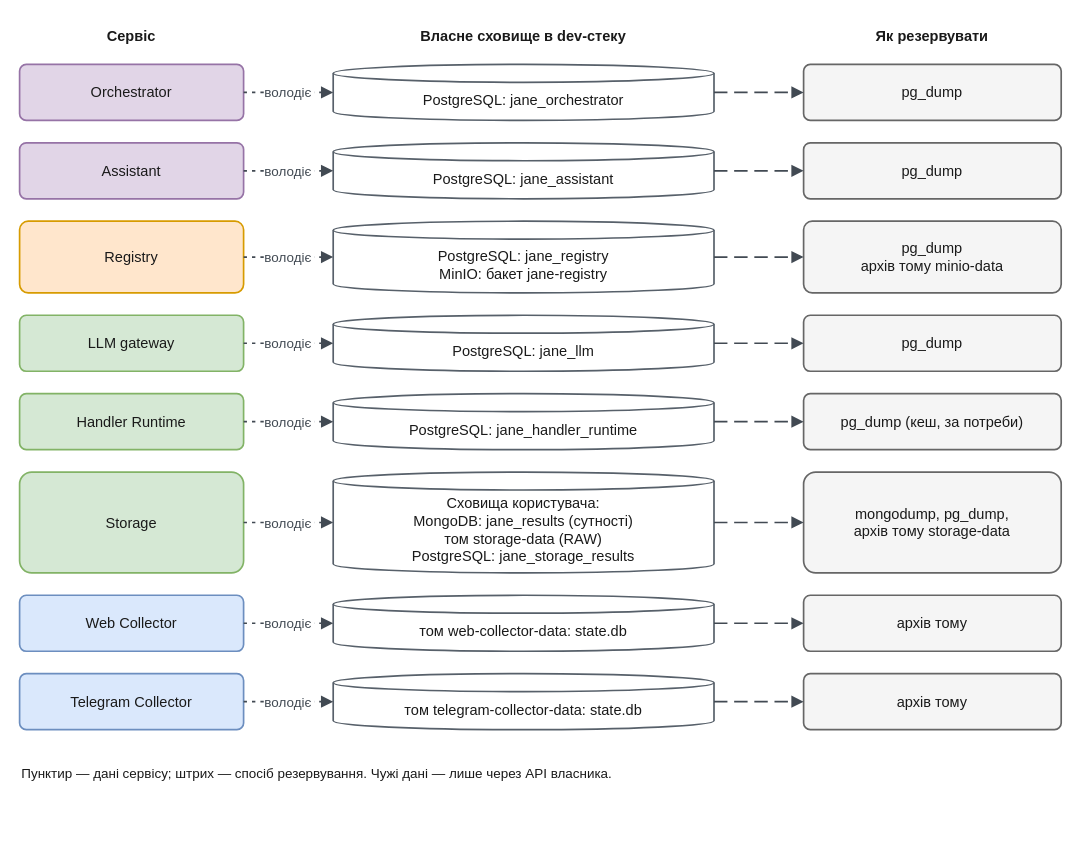
sql-monk/Jane keeps this draw.io diagram as docs/diagrams/operations/data-ownership.drawio. Above is the earlier version. Source tidied: cells renumbered, new cells numbered last; positions are measured from the earlier drawing's top-left corner, leaving out a move shared by most shapes. Both pictures are drawn from the tidied source at 112%, with x=0, y=0 at pixel (19, 19).
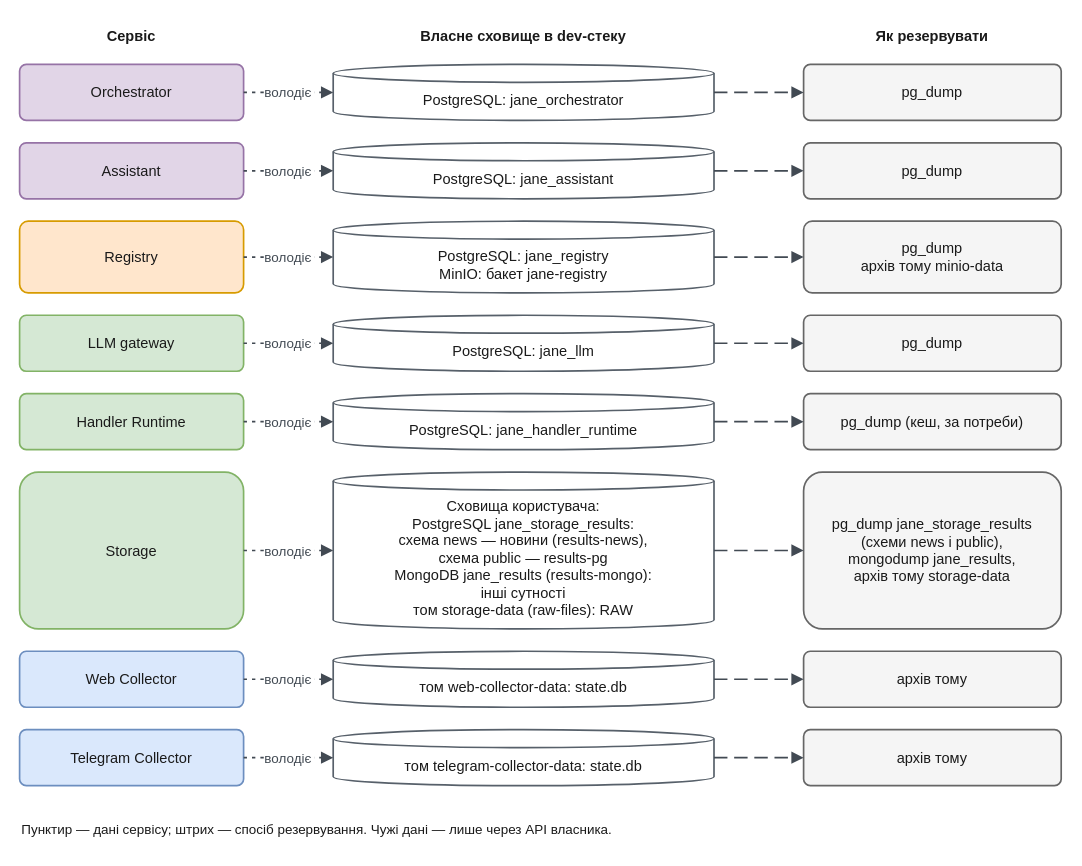
The same diagram, later.

Commit message (it also covers changes not shown here):
docs(diagrams): show news in the results-news PostgreSQL connection

The edit, as a diff of the source:
```diff
@@
     <mxCell id="30" value="Storage" style="rounded=1;arcSize=12;whiteSpace=wrap;html=0;fontSize=13;fontFamily=Helvetica;fontColor=light-dark(#1A1A1A,#E6EDF3);strokeWidth=1.5;fillColor=light-dark(#D5E8D4,#1F3D29);strokeColor=light-dark(#82B366,#7DBE6A);" parent="1" vertex="1">
-      <mxGeometry y="404" width="200" height="90" as="geometry" />
+      <mxGeometry y="404" width="200" height="140" as="geometry" />
     </mxCell>
-    <mxCell id="31" value="Сховища користувача:&#10;MongoDB: jane_results (сутності)&#10;том storage-data (RAW)&#10;PostgreSQL: jane_storage_results" style="shape=cylinder3;boundedLbl=1;size=8;whiteSpace=wrap;html=0;fontSize=13;fontFamily=Helvetica;fontColor=light-dark(#1A1A1A,#E6EDF3);strokeWidth=1.5;fillColor=light-dark(#FFFFFF,#161B22);strokeColor=light-dark(#57606A,#8B949E);" parent="1" vertex="1">
-      <mxGeometry x="280" y="404" width="340" height="90" as="geometry" />
+    <mxCell id="31" value="Сховища користувача:&#10;PostgreSQL jane_storage_results:&#10;схема news — новини (results-news),&#10;схема public — results-pg&#10;MongoDB jane_results (results-mongo):&#10;інші сутності&#10;том storage-data (raw-files): RAW" style="shape=cylinder3;boundedLbl=1;size=8;whiteSpace=wrap;html=0;fontSize=13;fontFamily=Helvetica;fontColor=light-dark(#1A1A1A,#E6EDF3);strokeWidth=1.5;fillColor=light-dark(#FFFFFF,#161B22);strokeColor=light-dark(#57606A,#8B949E);" parent="1" vertex="1">
+      <mxGeometry x="280" y="404" width="340" height="140" as="geometry" />
     </mxCell>
-    <mxCell id="32" value="mongodump, pg_dump,&#10;архів тому storage-data" style="rounded=1;arcSize=12;whiteSpace=wrap;html=0;fontSize=13;fontFamily=Helvetica;fontColor=light-dark(#1A1A1A,#E6EDF3);strokeWidth=1.5;fillColor=light-dark(#F5F5F5,#2D333B);strokeColor=light-dark(#666666,#8B949E);" parent="1" vertex="1">
-      <mxGeometry x="700" y="404" width="230" height="90" as="geometry" />
+    <mxCell id="32" value="pg_dump jane_storage_results&#10;(схеми news і public),&#10;mongodump jane_results,&#10;архів тому storage-data" style="rounded=1;arcSize=12;whiteSpace=wrap;html=0;fontSize=13;fontFamily=Helvetica;fontColor=light-dark(#1A1A1A,#E6EDF3);strokeWidth=1.5;fillColor=light-dark(#F5F5F5,#2D333B);strokeColor=light-dark(#666666,#8B949E);" parent="1" vertex="1">
+      <mxGeometry x="700" y="404" width="230" height="140" as="geometry" />
     </mxCell>
@@
     <mxCell id="35" value="Web Collector" style="rounded=1;arcSize=12;whiteSpace=wrap;html=0;fontSize=13;fontFamily=Helvetica;fontColor=light-dark(#1A1A1A,#E6EDF3);strokeWidth=1.5;fillColor=light-dark(#DAE8FC,#1C3557);strokeColor=light-dark(#6C8EBF,#79A6DC);" parent="1" vertex="1">
-      <mxGeometry y="514" width="200" height="50" as="geometry" />
+      <mxGeometry y="564" width="200" height="50" as="geometry" />
     </mxCell>
     <mxCell id="36" value="том web-collector-data: state.db" style="shape=cylinder3;boundedLbl=1;size=8;whiteSpace=wrap;html=0;fontSize=13;fontFamily=Helvetica;fontColor=light-dark(#1A1A1A,#E6EDF3);strokeWidth=1.5;fillColor=light-dark(#FFFFFF,#161B22);strokeColor=light-dark(#57606A,#8B949E);" parent="1" vertex="1">
-      <mxGeometry x="280" y="514" width="340" height="50" as="geometry" />
+      <mxGeometry x="280" y="564" width="340" height="50" as="geometry" />
     </mxCell>
     <mxCell id="37" value="архів тому" style="rounded=1;arcSize=12;whiteSpace=wrap;html=0;fontSize=13;fontFamily=Helvetica;fontColor=light-dark(#1A1A1A,#E6EDF3);strokeWidth=1.5;fillColor=light-dark(#F5F5F5,#2D333B);strokeColor=light-dark(#666666,#8B949E);" parent="1" vertex="1">
-      <mxGeometry x="700" y="514" width="230" height="50" as="geometry" />
+      <mxGeometry x="700" y="564" width="230" height="50" as="geometry" />
     </mxCell>
@@
     <mxCell id="40" value="Telegram Collector" style="rounded=1;arcSize=12;whiteSpace=wrap;html=0;fontSize=13;fontFamily=Helvetica;fontColor=light-dark(#1A1A1A,#E6EDF3);strokeWidth=1.5;fillColor=light-dark(#DAE8FC,#1C3557);strokeColor=light-dark(#6C8EBF,#79A6DC);" parent="1" vertex="1">
-      <mxGeometry y="584" width="200" height="50" as="geometry" />
+      <mxGeometry y="634" width="200" height="50" as="geometry" />
     </mxCell>
     <mxCell id="41" value="том telegram-collector-data: state.db" style="shape=cylinder3;boundedLbl=1;size=8;whiteSpace=wrap;html=0;fontSize=13;fontFamily=Helvetica;fontColor=light-dark(#1A1A1A,#E6EDF3);strokeWidth=1.5;fillColor=light-dark(#FFFFFF,#161B22);strokeColor=light-dark(#57606A,#8B949E);" parent="1" vertex="1">
-      <mxGeometry x="280" y="584" width="340" height="50" as="geometry" />
+      <mxGeometry x="280" y="634" width="340" height="50" as="geometry" />
     </mxCell>
     <mxCell id="42" value="архів тому" style="rounded=1;arcSize=12;whiteSpace=wrap;html=0;fontSize=13;fontFamily=Helvetica;fontColor=light-dark(#1A1A1A,#E6EDF3);strokeWidth=1.5;fillColor=light-dark(#F5F5F5,#2D333B);strokeColor=light-dark(#666666,#8B949E);" parent="1" vertex="1">
-      <mxGeometry x="700" y="584" width="230" height="50" as="geometry" />
+      <mxGeometry x="700" y="634" width="230" height="50" as="geometry" />
     </mxCell>
@@
     <mxCell id="45" value="Пунктир — дані сервісу; штрих — спосіб резервування. Чужі дані — лише через API власника." style="text;html=0;whiteSpace=wrap;fontSize=12;fontFamily=Helvetica;fontColor=light-dark(#1A1A1A,#E6EDF3);align=left;verticalAlign=middle;" parent="1" vertex="1">
-      <mxGeometry y="659" width="930" height="30" as="geometry" />
+      <mxGeometry y="709" width="930" height="30" as="geometry" />
     </mxCell>
```
